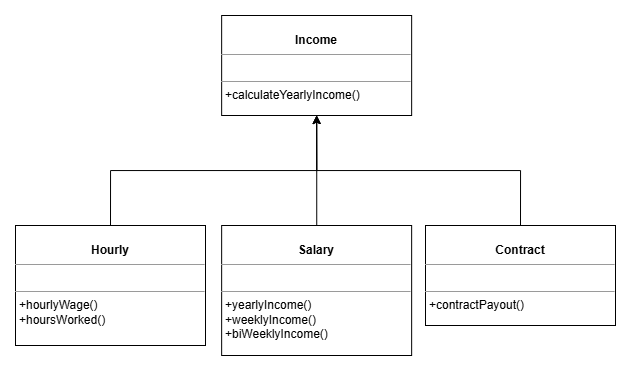
Above: cs386/deliverables/deliverable5/template.drawio.png in brenden-matteson/cs386 (draw.io), before the change. Source tidied: cells renumbered, new cells last; positions are measured from the earlier drawing's top-left corner, leaving out a move shared by most shapes.
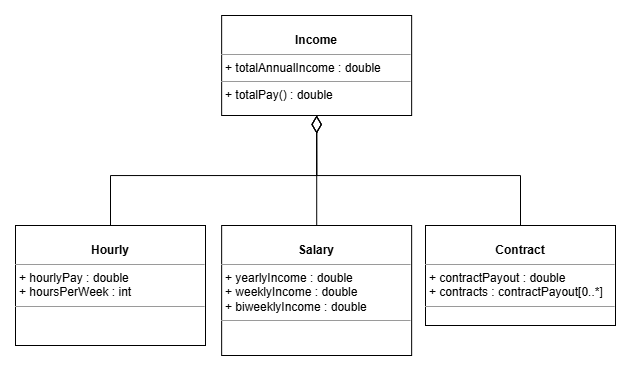
Above is the later version.

Commit message:
Updated the architecture, sequence, and template design pattern diagrams. Added the class diagram Tyson made from the discord.

What changed in the source:
```diff
@@ -2,27 +2,27 @@
   <root>
     <mxCell id="0" />
     <mxCell id="1" parent="0" />
-    <mxCell id="2" value="&lt;p style=&quot;margin:0px;margin-top:4px;text-align:center;&quot;&gt;&lt;br&gt;&lt;b&gt;Income&lt;/b&gt;&lt;/p&gt;&lt;hr size=&quot;1&quot;&gt;&lt;p style=&quot;margin:0px;margin-left:4px;&quot;&gt;&lt;br&gt;&lt;/p&gt;&lt;hr size=&quot;1&quot;&gt;&lt;p style=&quot;margin:0px;margin-left:4px;&quot;&gt;+calculateYearlyIncome()&lt;/p&gt;&lt;p style=&quot;margin:0px;margin-left:4px;&quot;&gt;&lt;br&gt;&lt;/p&gt;" style="verticalAlign=top;align=left;overflow=fill;fontSize=12;fontFamily=Helvetica;html=1;rounded=0;shadow=0;comic=0;labelBackgroundColor=none;strokeWidth=1;" parent="1" vertex="1">
+    <mxCell id="2" value="&lt;p style=&quot;margin:0px;margin-top:4px;text-align:center;&quot;&gt;&lt;br&gt;&lt;b&gt;Income&lt;/b&gt;&lt;/p&gt;&lt;hr size=&quot;1&quot;&gt;&lt;p style=&quot;margin:0px;margin-left:4px;&quot;&gt;+ totalAnnualIncome : double&lt;/p&gt;&lt;hr size=&quot;1&quot;&gt;&lt;p style=&quot;margin:0px;margin-left:4px;&quot;&gt;+ totalPay() : double&lt;/p&gt;&lt;p style=&quot;margin:0px;margin-left:4px;&quot;&gt;&lt;br&gt;&lt;/p&gt;" style="verticalAlign=top;align=left;overflow=fill;fontSize=12;fontFamily=Helvetica;html=1;rounded=0;shadow=0;comic=0;labelBackgroundColor=none;strokeWidth=1;" parent="1" vertex="1">
       <mxGeometry x="206.2" width="190" height="100" as="geometry" />
     </mxCell>
-    <mxCell id="3" style="edgeStyle=orthogonalEdgeStyle;rounded=0;jettySize=auto;html=1;entryX=0.5;entryY=1;entryDx=0;entryDy=0;exitX=0.5;exitY=0;exitDx=0;exitDy=0;" parent="1" edge="1" source="4" target="2">
+    <mxCell id="3" style="edgeStyle=orthogonalEdgeStyle;rounded=0;jettySize=auto;html=1;entryX=0.5;entryY=1;entryDx=0;entryDy=0;exitX=0.5;exitY=0;exitDx=0;exitDy=0;endArrow=diamondThin;endFill=0;endSize=15;" parent="1" edge="1" source="4" target="2">
       <mxGeometry relative="1" as="geometry" />
     </mxCell>
-    <mxCell id="4" value="&lt;p style=&quot;margin:0px;margin-top:4px;text-align:center;&quot;&gt;&lt;br&gt;&lt;b&gt;Hourly&lt;/b&gt;&lt;/p&gt;&lt;hr size=&quot;1&quot;&gt;&lt;p style=&quot;margin:0px;margin-left:4px;&quot;&gt;&lt;br&gt;&lt;/p&gt;&lt;hr size=&quot;1&quot;&gt;&lt;p style=&quot;margin:0px;margin-left:4px;&quot;&gt;+hourlyWage()&lt;/p&gt;&lt;p style=&quot;margin:0px;margin-left:4px;&quot;&gt;+hoursWorked()&lt;/p&gt;" style="verticalAlign=top;align=left;overflow=fill;fontSize=12;fontFamily=Helvetica;html=1;rounded=0;shadow=0;comic=0;labelBackgroundColor=none;strokeWidth=1;" parent="1" vertex="1">
+    <mxCell id="4" value="&lt;p style=&quot;margin:0px;margin-top:4px;text-align:center;&quot;&gt;&lt;br&gt;&lt;b&gt;Hourly&lt;/b&gt;&lt;/p&gt;&lt;hr size=&quot;1&quot;&gt;&lt;p style=&quot;margin:0px;margin-left:4px;&quot;&gt;+ hourlyPay : double&lt;/p&gt;&lt;p style=&quot;margin:0px;margin-left:4px;&quot;&gt;+ hoursPerWeek : int&lt;/p&gt;&lt;hr size=&quot;1&quot;&gt;&lt;p style=&quot;margin:0px;margin-left:4px;&quot;&gt;&lt;br&gt;&lt;/p&gt;" style="verticalAlign=top;align=left;overflow=fill;fontSize=12;fontFamily=Helvetica;html=1;rounded=0;shadow=0;comic=0;labelBackgroundColor=none;strokeWidth=1;" parent="1" vertex="1">
       <mxGeometry y="210" width="190" height="120" as="geometry" />
     </mxCell>
-    <mxCell id="5" style="edgeStyle=orthogonalEdgeStyle;rounded=0;jettySize=auto;html=1;" parent="1" edge="1" source="6">
+    <mxCell id="5" style="edgeStyle=orthogonalEdgeStyle;rounded=0;jettySize=auto;html=1;endArrow=diamondThin;endFill=0;endSize=15;" parent="1" edge="1" source="6">
       <mxGeometry relative="1" as="geometry">
         <mxPoint x="301.1" y="100" as="targetPoint" />
       </mxGeometry>
     </mxCell>
-    <mxCell id="6" value="&lt;p style=&quot;margin:0px;margin-top:4px;text-align:center;&quot;&gt;&lt;br&gt;&lt;b&gt;Salary&lt;/b&gt;&lt;/p&gt;&lt;hr size=&quot;1&quot;&gt;&lt;p style=&quot;margin:0px;margin-left:4px;&quot;&gt;&lt;br&gt;&lt;/p&gt;&lt;hr size=&quot;1&quot;&gt;&lt;p style=&quot;margin:0px;margin-left:4px;&quot;&gt;+yearlyIncome()&lt;/p&gt;&lt;p style=&quot;margin:0px;margin-left:4px;&quot;&gt;+weeklyIncome()&lt;/p&gt;&lt;p style=&quot;margin:0px;margin-left:4px;&quot;&gt;+biWeeklyIncome()&lt;/p&gt;" style="verticalAlign=top;align=left;overflow=fill;fontSize=12;fontFamily=Helvetica;html=1;rounded=0;shadow=0;comic=0;labelBackgroundColor=none;strokeWidth=1;" parent="1" vertex="1">
+    <mxCell id="6" value="&lt;p style=&quot;margin:0px;margin-top:4px;text-align:center;&quot;&gt;&lt;br&gt;&lt;b&gt;Salary&lt;/b&gt;&lt;/p&gt;&lt;hr size=&quot;1&quot;&gt;&lt;p style=&quot;margin:0px;margin-left:4px;&quot;&gt;+ yearlyIncome : double&lt;/p&gt;&lt;p style=&quot;margin:0px;margin-left:4px;&quot;&gt;+ weeklyIncome : double&lt;/p&gt;&lt;p style=&quot;margin:0px;margin-left:4px;&quot;&gt;+ biweeklyIncome : double&lt;/p&gt;&lt;hr size=&quot;1&quot;&gt;&lt;p style=&quot;margin:0px;margin-left:4px;&quot;&gt;&lt;br&gt;&lt;/p&gt;" style="verticalAlign=top;align=left;overflow=fill;fontSize=12;fontFamily=Helvetica;html=1;rounded=0;shadow=0;comic=0;labelBackgroundColor=none;strokeWidth=1;" parent="1" vertex="1">
       <mxGeometry x="206.1" y="210" width="190" height="130" as="geometry" />
     </mxCell>
-    <mxCell id="7" style="edgeStyle=orthogonalEdgeStyle;rounded=0;jettySize=auto;html=1;entryX=0.5;entryY=1;entryDx=0;entryDy=0;exitX=0.5;exitY=0;exitDx=0;exitDy=0;" parent="1" edge="1" source="8" target="2">
+    <mxCell id="7" style="edgeStyle=orthogonalEdgeStyle;rounded=0;jettySize=auto;html=1;entryX=0.5;entryY=1;entryDx=0;entryDy=0;exitX=0.5;exitY=0;exitDx=0;exitDy=0;endArrow=diamondThin;endFill=0;strokeWidth=1;strokeColor=default;endSize=15;" parent="1" edge="1" source="8" target="2">
       <mxGeometry relative="1" as="geometry" />
     </mxCell>
-    <mxCell id="8" value="&lt;p style=&quot;margin:0px;margin-top:4px;text-align:center;&quot;&gt;&lt;br&gt;&lt;b&gt;Contract&lt;/b&gt;&lt;/p&gt;&lt;hr size=&quot;1&quot;&gt;&lt;p style=&quot;margin:0px;margin-left:4px;&quot;&gt;&lt;br&gt;&lt;/p&gt;&lt;hr size=&quot;1&quot;&gt;&lt;p style=&quot;margin:0px;margin-left:4px;&quot;&gt;+contractPayout()&lt;/p&gt;" style="verticalAlign=top;align=left;overflow=fill;fontSize=12;fontFamily=Helvetica;html=1;rounded=0;shadow=0;comic=0;labelBackgroundColor=none;strokeWidth=1;" parent="1" vertex="1">
+    <mxCell id="8" value="&lt;p style=&quot;margin:0px;margin-top:4px;text-align:center;&quot;&gt;&lt;br&gt;&lt;b&gt;Contract&lt;/b&gt;&lt;/p&gt;&lt;hr size=&quot;1&quot;&gt;&lt;p style=&quot;margin:0px;margin-left:4px;&quot;&gt;&lt;span style=&quot;background-color: transparent; color: light-dark(rgb(0, 0, 0), rgb(255, 255, 255));&quot;&gt;+ contractPayout : double&lt;/span&gt;&lt;/p&gt;&lt;p style=&quot;margin:0px;margin-left:4px;&quot;&gt;&lt;span style=&quot;background-color: transparent; color: light-dark(rgb(0, 0, 0), rgb(255, 255, 255));&quot;&gt;+ contracts : contractPayout[0..*]&lt;/span&gt;&lt;/p&gt;&lt;hr size=&quot;1&quot;&gt;&lt;p style=&quot;margin:0px;margin-left:4px;&quot;&gt;&lt;br&gt;&lt;/p&gt;" style="verticalAlign=top;align=left;overflow=fill;fontSize=12;fontFamily=Helvetica;html=1;rounded=0;shadow=0;comic=0;labelBackgroundColor=none;strokeWidth=1;" parent="1" vertex="1">
       <mxGeometry x="410" y="210" width="190" height="100" as="geometry" />
     </mxCell>
   </root>
```
